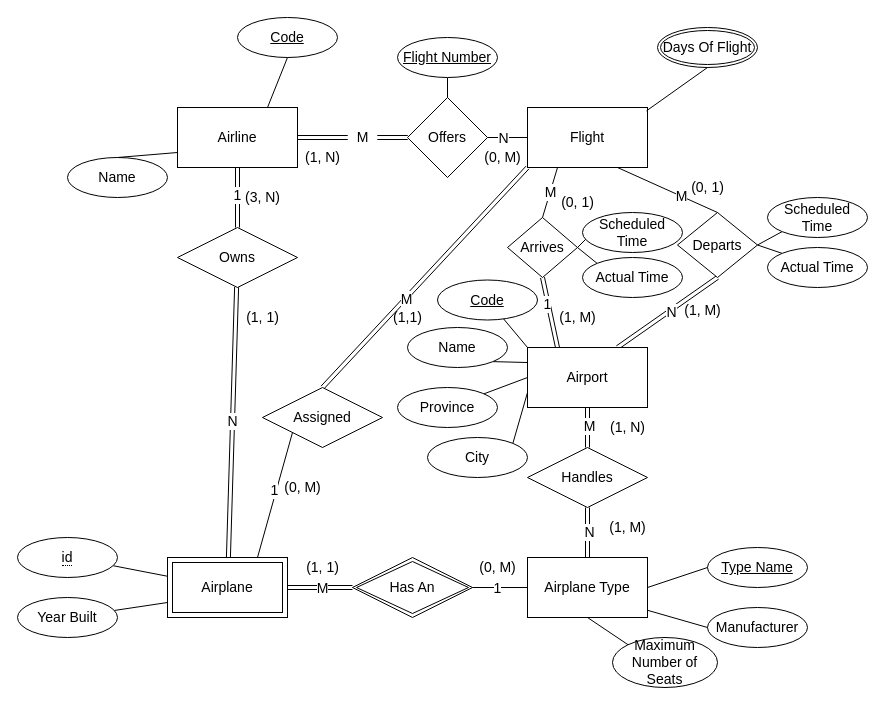
Before: diagrams/AirlineDatabase.drawio in danielGoldsteinCS2021/AirlineDatabase-ER-Diagram, a draw.io diagram. Source tidied: cells renumbered, new cells numbered last; positions are measured from the earlier drawing's top-left corner, leaving out a move shared by most shapes. Both pictures are drawn from the tidied source at 100%, with x=0, y=0 at pixel (17, 17).
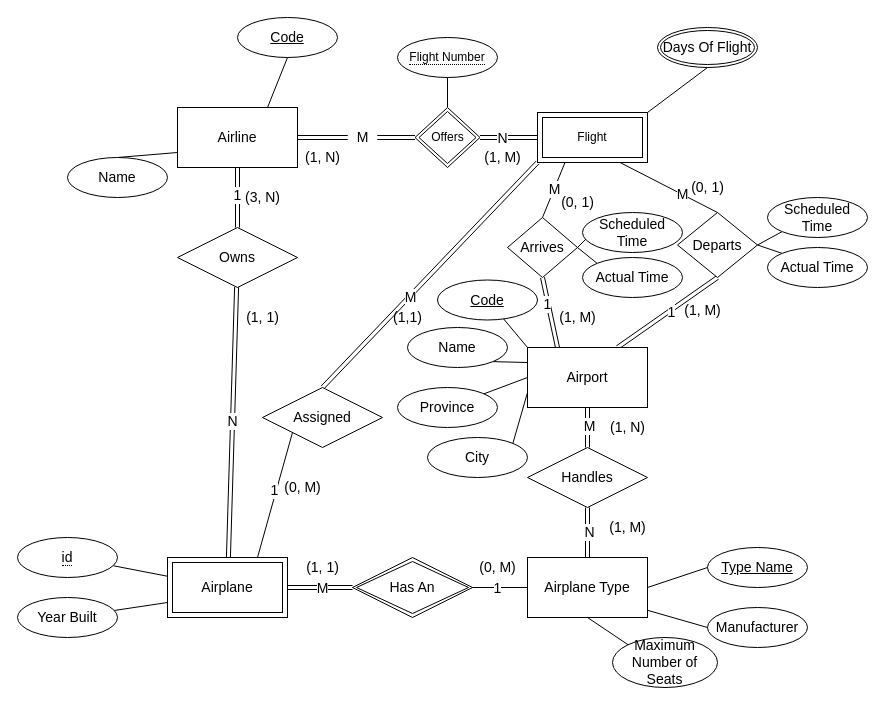
Above is the later version.

The change refers to these unchanged cells:
```xml
<mxCell id="16" value="Days Of Flight" style="ellipse;shape=doubleEllipse;margin=3;whiteSpace=wrap;html=1;align=center;fontSize=14;" parent="1" vertex="1">
  <mxGeometry x="640" y="10" width="100" height="40" as="geometry" />
</mxCell>
<mxCell id="28" value="M" style="text;html=1;align=center;verticalAlign=middle;points=[];fontSize=14;" parent="1" vertex="1">
  <mxGeometry x="330" y="110" width="30" height="20" as="geometry" />
</mxCell>
<mxCell id="34" style="jettySize=auto;html=1;exitX=0.5;exitY=1;exitDx=0;exitDy=0;fontSize=14;rounded=0;endArrow=none;endFill=0;entryX=0.75;entryY=0;entryDx=0;entryDy=0;shape=link;" parent="1" edge="1" source="37" target="40">
  <mxGeometry relative="1" as="geometry" />
</mxCell>
```

Change to the diagram source:
```diff
@@
-    <mxCell id="9" style="endArrow=none;html=1;rounded=0;fontSize=14;exitX=1;exitY=0.5;exitDx=0;exitDy=0;" parent="1" edge="1" source="11">
-      <mxGeometry relative="1" as="geometry">
-        <mxPoint x="510" y="120" as="targetPoint" />
-      </mxGeometry>
+    <mxCell id="9" style="endArrow=none;html=1;rounded=0;fontSize=14;exitX=1;exitY=0.5;exitDx=0;exitDy=0;shape=link;entryX=0;entryY=0.5;entryDx=0;entryDy=0;" parent="1" edge="1" source="11" target="15">
+      <mxGeometry relative="1" as="geometry" />
     </mxCell>
@@
-    <mxCell id="11" value="&lt;div style=&quot;font-size: 14px;&quot;&gt;Offers&lt;/div&gt;" style="rhombus;whiteSpace=wrap;html=1;fontSize=14;" parent="1" vertex="1">
-      <mxGeometry x="390" y="80" width="80" height="80" as="geometry" />
-    </mxCell>
-    <mxCell id="12" style="endArrow=none;html=1;rounded=0;fontSize=14;exitX=1;exitY=0.5;exitDx=0;exitDy=0;shape=link;" parent="1" edge="1" source="28" target="11">
-      <mxGeometry relative="1" as="geometry" />
+    <mxCell id="12" style="endArrow=none;html=1;rounded=0;fontSize=14;exitX=1;exitY=0.5;exitDx=0;exitDy=0;shape=link;" parent="1" edge="1" source="28">
+      <mxGeometry relative="1" as="geometry">
+        <mxPoint x="390" y="120" as="targetPoint" />
+      </mxGeometry>
     </mxCell>
@@
-    <mxCell id="15" value="Flight" style="whiteSpace=wrap;html=1;align=center;fontSize=14;" parent="1" vertex="1">
-      <mxGeometry x="510" y="90" width="120" height="60" as="geometry" />
-    </mxCell>
@@
-    <mxCell id="17" style="endArrow=none;html=1;rounded=0;fontSize=14;entryX=0.5;entryY=1;entryDx=0;entryDy=0;exitX=0.992;exitY=0.055;exitDx=0;exitDy=0;exitPerimeter=0;" parent="1" edge="1" source="15" target="16">
+    <mxCell id="17" style="endArrow=none;html=1;rounded=0;fontSize=14;entryX=0.5;entryY=1;entryDx=0;entryDy=0;exitX=1;exitY=0;exitDx=0;exitDy=0;" parent="1" edge="1" source="15" target="16">
       <mxGeometry relative="1" as="geometry" />
     </mxCell>
@@
-    <mxCell id="27" style="edgeStyle=orthogonalEdgeStyle;shape=link;rounded=0;jettySize=auto;html=1;fontSize=14;" parent="1" edge="1" source="28" target="11">
+    <mxCell id="27" style="edgeStyle=orthogonalEdgeStyle;shape=link;rounded=0;jettySize=auto;html=1;fontSize=14;entryX=0;entryY=0.5;entryDx=0;entryDy=0;" parent="1" edge="1" source="28" target="11">
       <mxGeometry relative="1" as="geometry" />
     </mxCell>
@@
-    <mxCell id="31" value="(0, M)" style="text;html=1;align=center;verticalAlign=middle;fontSize=14;" parent="1" vertex="1">
+    <mxCell id="31" value="(1, M)" style="text;html=1;align=center;verticalAlign=middle;fontSize=14;" parent="1" vertex="1">
       <mxGeometry x="460" y="130" width="50" height="20" as="geometry" />
     </mxCell>
-    <mxCell id="32" style="edgeStyle=none;rounded=0;jettySize=auto;html=1;endArrow=none;endFill=0;fontSize=14;" parent="1" edge="1" source="33" target="11">
+    <mxCell id="32" style="edgeStyle=none;rounded=0;jettySize=auto;html=1;endArrow=none;endFill=0;fontSize=14;entryX=0.5;entryY=0;entryDx=0;entryDy=0;exitX=0.5;exitY=1;exitDx=0;exitDy=0;" parent="1" edge="1" source="33" target="11">
       <mxGeometry relative="1" as="geometry" />
     </mxCell>
-    <mxCell id="33" value="&lt;u style=&quot;font-size: 14px;&quot;&gt;Flight Number&lt;/u&gt;" style="ellipse;whiteSpace=wrap;html=1;align=center;fontSize=14;" parent="1" vertex="1">
-      <mxGeometry x="380" y="20" width="100" height="40" as="geometry" />
-    </mxCell>
@@
-    <mxCell id="35" value="N" style="edgeLabel;html=1;align=center;verticalAlign=middle;fontSize=14;" parent="34" vertex="1">
+    <mxCell id="35" value="1" style="edgeLabel;html=1;align=center;verticalAlign=middle;fontSize=14;" parent="34" vertex="1">
       <mxGeometry x="-0.05" y="1" relative="1" as="geometry" />
     </mxCell>
@@
+    <mxCell id="15" value="Flight" style="shape=ext;margin=3;double=1;whiteSpace=wrap;html=1;align=center;" parent="1" vertex="1">
+      <mxGeometry x="520" y="95" width="110" height="50" as="geometry" />
+    </mxCell>
+    <mxCell id="11" value="Offers" style="shape=rhombus;double=1;perimeter=rhombusPerimeter;whiteSpace=wrap;html=1;align=center;" parent="1" vertex="1">
+      <mxGeometry x="397.5" y="90" width="65" height="60" as="geometry" />
+    </mxCell>
+    <mxCell id="33" value="&lt;span style=&quot;border-bottom: 1px dotted&quot;&gt;Flight Number&lt;br&gt;&lt;/span&gt;" style="ellipse;whiteSpace=wrap;html=1;align=center;" parent="1" vertex="1">
+      <mxGeometry x="380" y="20" width="100" height="40" as="geometry" />
+    </mxCell>
```
